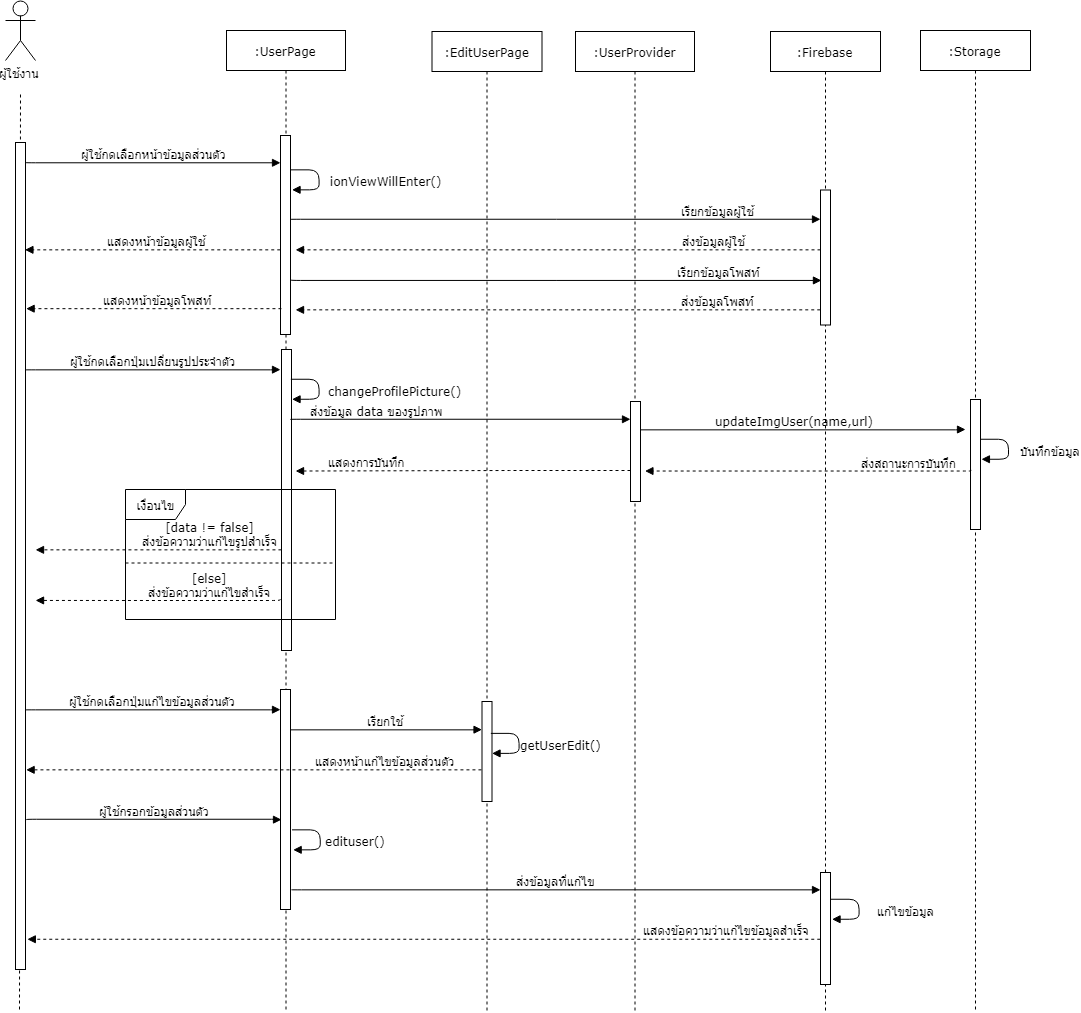
Before: Document/Latex/Figures/3/Sequence/edituser.png, a diagram exported from draw.io (Inwfour/Latex). Source tidied: cells renumbered, new cells last; positions are measured from the earlier drawing's top-left corner, leaving out a move shared by most shapes.
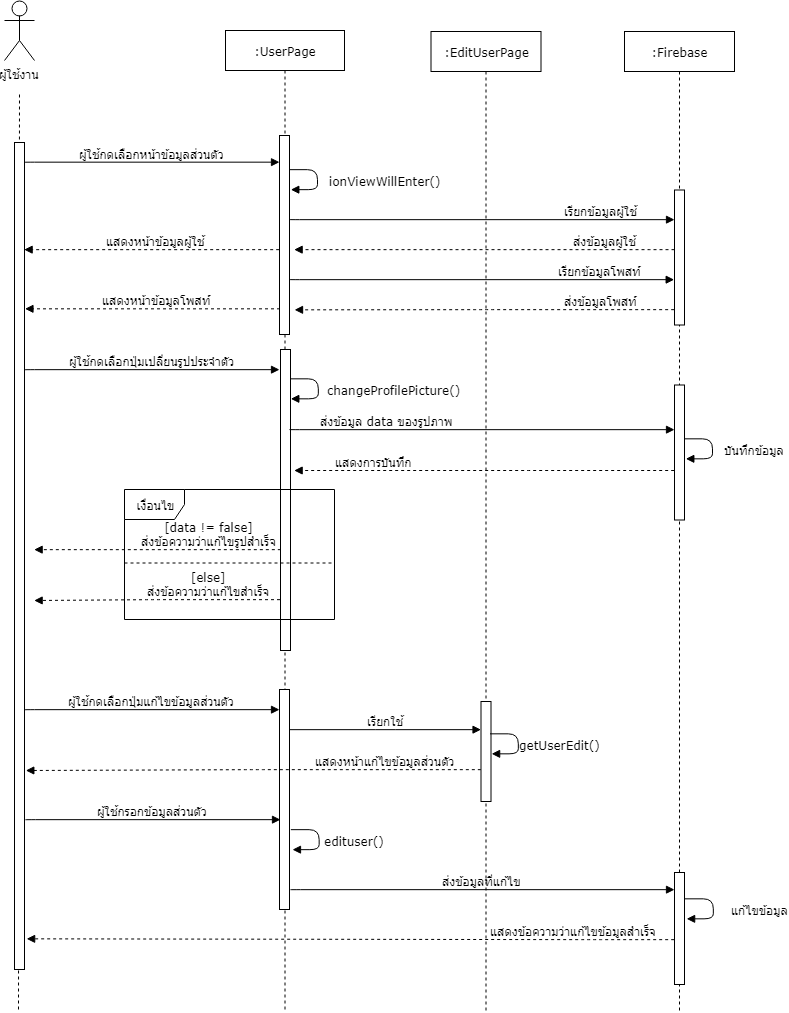
Later version of the same file.

What changed in the source:
```diff
@@ -26,11 +26,14 @@
       <mxGeometry x="10" y="142" width="10" height="827" as="geometry" />
     </mxCell>
     <mxCell id="8" value=":Firebase" style="shape=umlLifeline;perimeter=lifelinePerimeter;whiteSpace=wrap;html=1;rounded=0;shadow=0;comic=0;labelBackgroundColor=none;strokeColor=#000000;strokeWidth=1;fillColor=#FFFFFF;fontFamily=Verdana;fontSize=12;fontColor=#000000;align=center;" parent="1" vertex="1">
-      <mxGeometry x="765" y="31" width="110" height="979" as="geometry" />
+      <mxGeometry x="620" y="31" width="110" height="979" as="geometry" />
     </mxCell>
     <mxCell id="9" style="html=1;points=[];perimeter=orthogonalPerimeter;rounded=0;shadow=0;comic=0;labelBackgroundColor=none;strokeColor=#000000;strokeWidth=1;fillColor=#FFFFFF;fontFamily=Verdana;fontSize=12;fontColor=#000000;align=center;" parent="8" vertex="1">
       <mxGeometry x="50" y="841" width="10" height="112" as="geometry" />
     </mxCell>
+    <mxCell id="46" style="html=1;points=[];perimeter=orthogonalPerimeter;rounded=0;shadow=0;comic=0;labelBackgroundColor=none;strokeColor=#000000;strokeWidth=1;fillColor=#FFFFFF;fontFamily=Verdana;fontSize=12;fontColor=#000000;align=center;" parent="8" vertex="1">
+      <mxGeometry x="50" y="353.5" width="10" height="135" as="geometry" />
+    </mxCell>
     <mxCell id="10" value="&lt;div&gt;&lt;span&gt;ionViewWillEnter()&lt;/span&gt;&lt;/div&gt;" style="html=1;verticalAlign=bottom;endArrow=block;labelBackgroundColor=none;fontFamily=Verdana;fontSize=12;edgeStyle=orthogonalEdgeStyle;elbow=vertical;exitX=1.183;exitY=0.2;exitDx=0;exitDy=0;exitPerimeter=0;" parent="1" edge="1">
       <mxGeometry x="0.29" y="-67" relative="1" as="geometry">
         <mxPoint x="284.7" y="169.2" as="sourcePoint" />
@@ -61,20 +64,16 @@
       </mxGeometry>
     </mxCell>
     <mxCell id="14" style="html=1;points=[];perimeter=orthogonalPerimeter;rounded=0;shadow=0;comic=0;labelBackgroundColor=none;strokeColor=#000000;strokeWidth=1;fillColor=#FFFFFF;fontFamily=Verdana;fontSize=12;fontColor=#000000;align=center;" parent="1" vertex="1">
-      <mxGeometry x="815" y="189.5" width="10" height="135" as="geometry" />
+      <mxGeometry x="670" y="189.5" width="10" height="135" as="geometry" />
     </mxCell>
-    <mxCell id="15" value="เรียกข้อมูลโพสท์" style="html=1;verticalAlign=bottom;endArrow=block;labelBackgroundColor=none;fontFamily=Verdana;fontSize=12;edgeStyle=elbowEdgeStyle;elbow=vertical;entryX=0.037;entryY=0.672;entryDx=0;entryDy=0;entryPerimeter=0;" parent="1" edge="1" target="14">
+    <mxCell id="15" value="เรียกข้อมูลโพสท์" style="html=1;verticalAlign=bottom;endArrow=block;labelBackgroundColor=none;fontFamily=Verdana;fontSize=12;edgeStyle=elbowEdgeStyle;elbow=vertical;entryX=0;entryY=0.663;entryDx=0;entryDy=0;entryPerimeter=0;" parent="1" edge="1" target="14">
       <mxGeometry x="0.61" relative="1" as="geometry">
         <mxPoint x="285" y="279" as="sourcePoint" />
       </mxGeometry>
     </mxCell>
-    <mxCell id="16" value="ส่งข้อมูลโพสท์" style="html=1;verticalAlign=bottom;endArrow=block;labelBackgroundColor=none;fontFamily=Verdana;fontSize=12;edgeStyle=orthogonalEdgeStyle;elbow=vertical;dashed=1;exitX=-0.074;exitY=0.886;exitDx=0;exitDy=0;exitPerimeter=0;" parent="1" edge="1" source="14">
+    <mxCell id="16" value="ส่งข้อมูลโพสท์" style="html=1;verticalAlign=bottom;endArrow=block;labelBackgroundColor=none;fontFamily=Verdana;fontSize=12;edgeStyle=orthogonalEdgeStyle;elbow=vertical;dashed=1;exitX=0;exitY=0.887;exitDx=0;exitDy=0;exitPerimeter=0;" parent="1" edge="1" source="14">
       <mxGeometry x="-0.61" relative="1" as="geometry">
         <mxPoint x="290.1" y="309.4" as="targetPoint" />
-        <Array as="points">
-          <mxPoint x="704" y="309" />
-          <mxPoint x="635" y="309" />
-        </Array>
       </mxGeometry>
     </mxCell>
     <mxCell id="17" value="แสดงหน้าข้อมูลผู้ใช้" style="html=1;verticalAlign=bottom;endArrow=block;labelBackgroundColor=none;fontFamily=Verdana;fontSize=12;edgeStyle=orthogonalEdgeStyle;elbow=vertical;exitX=0.973;exitY=0.551;exitDx=0;exitDy=0;exitPerimeter=0;dashed=1;" parent="1" edge="1">
@@ -103,12 +102,6 @@
         <mxPoint x="275" y="369.2" as="targetPoint" />
       </mxGeometry>
     </mxCell>
-    <mxCell id="20" value=":UserProvider" style="shape=umlLifeline;perimeter=lifelinePerimeter;whiteSpace=wrap;html=1;rounded=0;shadow=0;comic=0;labelBackgroundColor=none;strokeColor=#000000;strokeWidth=1;fillColor=#FFFFFF;fontFamily=Verdana;fontSize=12;fontColor=#000000;align=center;" parent="1" vertex="1">
-      <mxGeometry x="570" y="31" width="119" height="979" as="geometry" />
-    </mxCell>
-    <mxCell id="21" style="html=1;points=[];perimeter=orthogonalPerimeter;rounded=0;shadow=0;comic=0;labelBackgroundColor=none;strokeColor=#000000;strokeWidth=1;fillColor=#FFFFFF;fontFamily=Verdana;fontSize=12;fontColor=#000000;align=center;" parent="20" vertex="1">
-      <mxGeometry x="55" y="370" width="10" height="100" as="geometry" />
-    </mxCell>
     <mxCell id="22" value="&lt;div&gt;&lt;span&gt;changeProfilePicture&lt;/span&gt;&lt;span&gt;()&lt;/span&gt;&lt;/div&gt;" style="html=1;verticalAlign=bottom;endArrow=block;labelBackgroundColor=none;fontFamily=Verdana;fontSize=12;edgeStyle=orthogonalEdgeStyle;elbow=vertical;exitX=1.183;exitY=0.2;exitDx=0;exitDy=0;exitPerimeter=0;" parent="1" edge="1">
       <mxGeometry x="0.28" y="-76" relative="1" as="geometry">
         <mxPoint x="285.5" y="378.5" as="sourcePoint" />
@@ -120,46 +113,14 @@
         <mxPoint x="76" y="76" as="offset" />
       </mxGeometry>
     </mxCell>
-    <mxCell id="23" value="ส่งข้อมูล data ของรูปภาพ" style="html=1;verticalAlign=bottom;endArrow=block;labelBackgroundColor=none;fontFamily=Verdana;fontSize=12;edgeStyle=elbowEdgeStyle;elbow=vertical;" parent="1" edge="1" target="21">
+    <mxCell id="23" value="ส่งข้อมูล data ของรูปภาพ" style="html=1;verticalAlign=bottom;endArrow=block;labelBackgroundColor=none;fontFamily=Verdana;fontSize=12;edgeStyle=elbowEdgeStyle;elbow=vertical;" parent="1" edge="1" target="46">
       <mxGeometry x="-0.5" relative="1" as="geometry">
-        <mxPoint x="285" y="419" as="sourcePoint" />
+        <mxPoint x="285" y="429" as="sourcePoint" />
       </mxGeometry>
     </mxCell>
-    <mxCell id="24" value="&lt;div&gt;&lt;span&gt;updateImgUser(name,url)&lt;/span&gt;&lt;/div&gt;" style="html=1;verticalAlign=bottom;endArrow=block;labelBackgroundColor=none;fontFamily=Verdana;fontSize=12;edgeStyle=elbowEdgeStyle;elbow=vertical;" parent="1" edge="1" source="21">
-      <mxGeometry y="-7" relative="1" as="geometry">
-        <mxPoint x="960" y="429" as="targetPoint" />
-        <mxPoint x="-8" y="-7" as="offset" />
-      </mxGeometry>
-    </mxCell>
-    <mxCell id="25" value=":Storage" style="shape=umlLifeline;perimeter=lifelinePerimeter;whiteSpace=wrap;html=1;rounded=0;shadow=0;comic=0;labelBackgroundColor=none;strokeColor=#000000;strokeWidth=1;fillColor=#FFFFFF;fontFamily=Verdana;fontSize=12;fontColor=#000000;align=center;" parent="1" vertex="1">
-      <mxGeometry x="915" y="30" width="110" height="980" as="geometry" />
-    </mxCell>
-    <mxCell id="26" style="html=1;perimeter=orthogonalPerimeter;rounded=0;shadow=0;comic=0;labelBackgroundColor=none;strokeColor=#000000;strokeWidth=1;fillColor=#FFFFFF;fontFamily=Verdana;fontSize=12;fontColor=#000000;align=center;" parent="25" vertex="1">
-      <mxGeometry x="50" y="369" width="10" height="130" as="geometry" />
-    </mxCell>
-    <mxCell id="27" value="&lt;div&gt;&lt;span&gt;บันทึกข้อมูล&lt;/span&gt;&lt;/div&gt;" style="html=1;verticalAlign=bottom;endArrow=block;labelBackgroundColor=none;fontFamily=Verdana;fontSize=12;edgeStyle=orthogonalEdgeStyle;elbow=vertical;exitX=1.183;exitY=0.2;exitDx=0;exitDy=0;exitPerimeter=0;" parent="1" edge="1">
-      <mxGeometry x="0.29" y="-42" relative="1" as="geometry">
-        <mxPoint x="975" y="438.5" as="sourcePoint" />
-        <mxPoint x="976" y="458.5" as="targetPoint" />
-        <Array as="points">
-          <mxPoint x="1003" y="438.5" />
-          <mxPoint x="1003" y="458.5" />
-        </Array>
-        <mxPoint x="42" y="42" as="offset" />
-      </mxGeometry>
-    </mxCell>
-    <mxCell id="28" value="ส่งสถานะการบันทึก" style="html=1;verticalAlign=bottom;endArrow=block;labelBackgroundColor=none;fontFamily=Verdana;fontSize=12;edgeStyle=orthogonalEdgeStyle;elbow=vertical;dashed=1;exitX=-0.074;exitY=0.886;exitDx=0;exitDy=0;exitPerimeter=0;" parent="1" edge="1">
-      <mxGeometry x="-0.61" relative="1" as="geometry">
-        <mxPoint x="965.2" y="469.8" as="sourcePoint" />
-        <mxPoint x="640" y="471" as="targetPoint" />
-        <Array as="points">
-          <mxPoint x="964.5" y="470.5" />
-          <mxPoint x="895.5" y="470.5" />
-        </Array>
-      </mxGeometry>
-    </mxCell>
-    <mxCell id="29" value="แสดงการบันทึก" style="html=1;verticalAlign=bottom;endArrow=block;labelBackgroundColor=none;fontFamily=Verdana;fontSize=12;edgeStyle=orthogonalEdgeStyle;elbow=vertical;dashed=1;" parent="1" edge="1" source="21">
+    <mxCell id="29" value="แสดงการบันทึก" style="html=1;verticalAlign=bottom;endArrow=block;labelBackgroundColor=none;fontFamily=Verdana;fontSize=12;edgeStyle=orthogonalEdgeStyle;elbow=vertical;dashed=1;" parent="1" edge="1">
       <mxGeometry x="0.58" relative="1" as="geometry">
+        <mxPoint x="670" y="470" as="sourcePoint" />
         <mxPoint x="290" y="470" as="targetPoint" />
         <Array as="points">
           <mxPoint x="514" y="469" />
@@ -258,23 +219,33 @@
     </mxCell>
     <mxCell id="44" value="&lt;div&gt;แก้ไขข้อมูล&lt;/div&gt;" style="html=1;verticalAlign=bottom;endArrow=block;labelBackgroundColor=none;fontFamily=Verdana;fontSize=12;edgeStyle=orthogonalEdgeStyle;elbow=vertical;exitX=1.183;exitY=0.2;exitDx=0;exitDy=0;exitPerimeter=0;" parent="1" edge="1">
       <mxGeometry x="0.29" y="-47" relative="1" as="geometry">
-        <mxPoint x="825" y="898.5" as="sourcePoint" />
-        <mxPoint x="827" y="918.5" as="targetPoint" />
+        <mxPoint x="680" y="898.5" as="sourcePoint" />
+        <mxPoint x="682" y="918.5" as="targetPoint" />
         <Array as="points">
-          <mxPoint x="853.5" y="899" />
-          <mxPoint x="853.5" y="919" />
+          <mxPoint x="708.5" y="899" />
+          <mxPoint x="708.5" y="919" />
         </Array>
         <mxPoint x="47" y="47" as="offset" />
       </mxGeometry>
     </mxCell>
-    <mxCell id="45" value="แสดงข้อความว่าแก้ไขข้อมูลสำเร็จ" style="html=1;verticalAlign=bottom;endArrow=block;labelBackgroundColor=none;fontFamily=Verdana;fontSize=12;edgeStyle=orthogonalEdgeStyle;elbow=vertical;dashed=1;exitX=-0.074;exitY=0.886;exitDx=0;exitDy=0;exitPerimeter=0;entryX=1.209;entryY=0.963;entryDx=0;entryDy=0;entryPerimeter=0;" parent="1" edge="1" target="7">
-      <mxGeometry x="-0.43" y="-133" relative="1" as="geometry">
-        <mxPoint x="814.4" y="938.9" as="sourcePoint" />
+    <mxCell id="45" value="แสดงข้อความว่าแก้ไขข้อมูลสำเร็จ" style="html=1;verticalAlign=bottom;endArrow=block;labelBackgroundColor=none;fontFamily=Verdana;fontSize=12;edgeStyle=orthogonalEdgeStyle;elbow=vertical;dashed=1;entryX=1.209;entryY=0.963;entryDx=0;entryDy=0;entryPerimeter=0;" parent="1" edge="1" target="7">
+      <mxGeometry x="-0.69" relative="1" as="geometry">
+        <mxPoint x="670" y="939" as="sourcePoint" />
         <Array as="points">
           <mxPoint x="587" y="939" />
         </Array>
-        <mxPoint x="133" y="132" as="offset" />
       </mxGeometry>
     </mxCell>
+    <mxCell id="27" value="&lt;div&gt;บันทึกข้อมูล&lt;/div&gt;" style="html=1;verticalAlign=bottom;endArrow=block;labelBackgroundColor=none;fontFamily=Verdana;fontSize=12;edgeStyle=orthogonalEdgeStyle;elbow=vertical;exitX=1.183;exitY=0.2;exitDx=0;exitDy=0;exitPerimeter=0;" parent="1" edge="1">
+      <mxGeometry x="0.28" y="-42" relative="1" as="geometry">
+        <mxPoint x="679.8" y="438.7" as="sourcePoint" />
+        <mxPoint x="681.2" y="458.7" as="targetPoint" />
+        <Array as="points">
+          <mxPoint x="708" y="439" />
+          <mxPoint x="708" y="459" />
+        </Array>
+        <mxPoint x="42" y="42" as="offset" />
+      </mxGeometry>
+    </mxCell>
   </root>
 </mxGraphModel>
```
